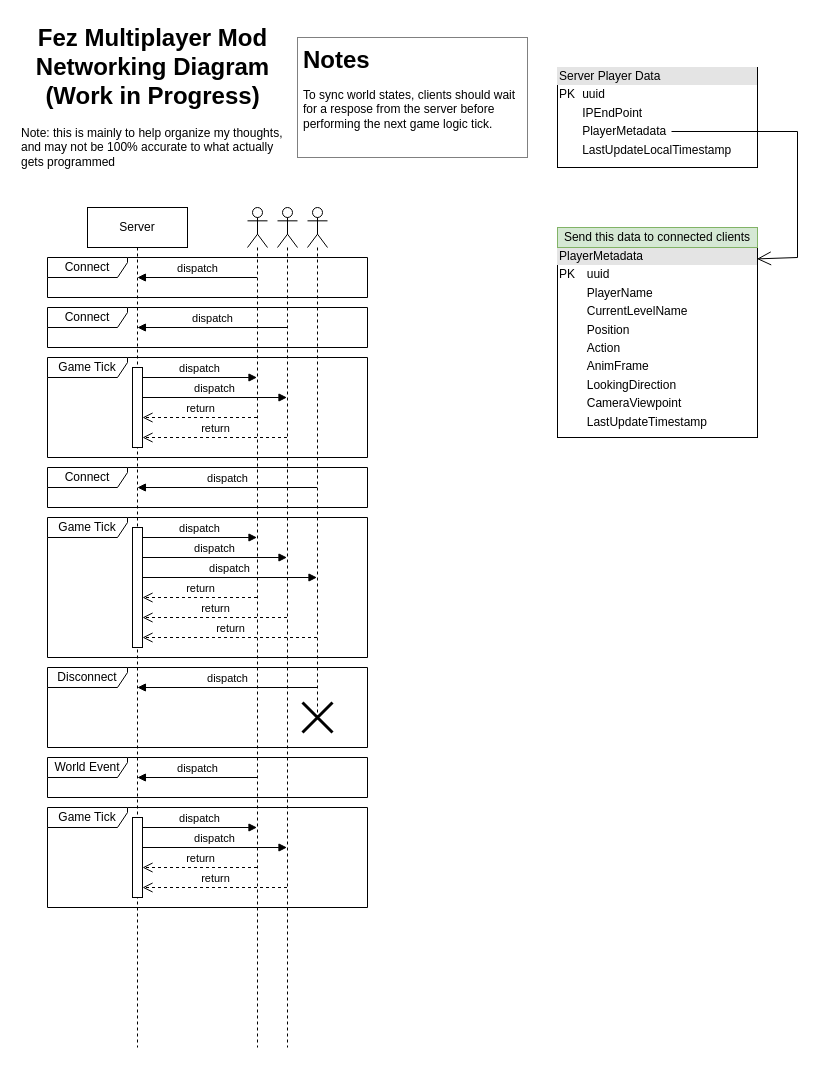
Above: page "Interaction Timeline" (1 of 2) of TCPTheoreticalNetworkingDiagram.drawio in FEZModding/FezMultiplayerMod (draw.io), before the change. Source tidied: cells renumbered, new cells numbered last; positions are measured from the earlier drawing's top-left corner, leaving out a move shared by most shapes. Both pictures are drawn from the tidied source at 100%, with x=0, y=0 at pixel (17, 17).
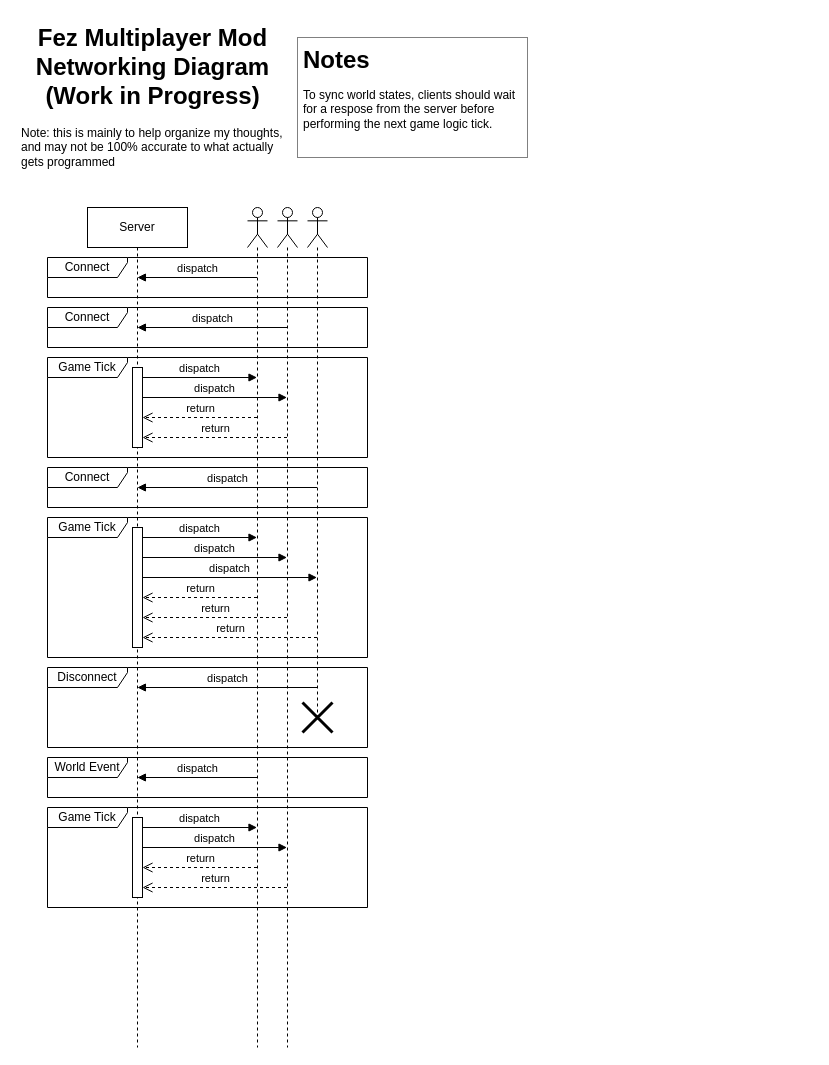
Above is the later version.

Change to the diagram source:
```diff
@@
-    <mxCell id="38" value="&lt;div style=&quot;box-sizing:border-box;width:100%;background:#e4e4e4;padding:2px;&quot;&gt;PlayerMetadata&lt;/div&gt;&lt;table style=&quot;width:100%;font-size:1em;&quot; cellpadding=&quot;2&quot; cellspacing=&quot;0&quot;&gt;&lt;tbody&gt;&lt;tr&gt;&lt;td&gt;PK&lt;/td&gt;&lt;td&gt;uuid&lt;/td&gt;&lt;/tr&gt;&lt;tr&gt;&lt;td&gt;&lt;br&gt;&lt;/td&gt;&lt;td&gt;PlayerName&lt;br&gt;&lt;/td&gt;&lt;/tr&gt;&lt;tr&gt;&lt;td&gt;&lt;br&gt;&lt;/td&gt;&lt;td&gt;CurrentLevelName&lt;br&gt;&lt;/td&gt;&lt;/tr&gt;&lt;tr&gt;&lt;td&gt;&lt;br&gt;&lt;/td&gt;&lt;td&gt;Position&lt;br&gt;&lt;/td&gt;&lt;/tr&gt;&lt;tr&gt;&lt;td&gt;&lt;br&gt;&lt;/td&gt;&lt;td&gt;Action&lt;br&gt;&lt;/td&gt;&lt;/tr&gt;&lt;tr&gt;&lt;td&gt;&lt;br&gt;&lt;/td&gt;&lt;td&gt;AnimFrame&lt;br&gt;&lt;/td&gt;&lt;/tr&gt;&lt;tr&gt;&lt;td&gt;&lt;br&gt;&lt;/td&gt;&lt;td&gt;LookingDirection&lt;br&gt;&lt;/td&gt;&lt;/tr&gt;&lt;tr&gt;&lt;td&gt;&lt;br&gt;&lt;/td&gt;&lt;td&gt;CameraViewpoint&lt;br&gt;&lt;/td&gt;&lt;/tr&gt;&lt;tr&gt;&lt;td&gt;&lt;br&gt;&lt;/td&gt;&lt;td&gt;LastUpdateTimestamp&lt;br&gt;&lt;/td&gt;&lt;/tr&gt;&lt;/tbody&gt;&lt;/table&gt;" style="verticalAlign=top;align=left;overflow=fill;html=1;whiteSpace=wrap;" parent="1" vertex="1">
-      <mxGeometry x="540" y="230" width="200" height="190" as="geometry" />
-    </mxCell>
-    <mxCell id="39" value="&lt;div style=&quot;box-sizing:border-box;width:100%;background:#e4e4e4;padding:2px;&quot;&gt;Server Player Data&lt;/div&gt;&lt;table style=&quot;width:100%;font-size:1em;&quot; cellpadding=&quot;2&quot; cellspacing=&quot;0&quot;&gt;&lt;tbody&gt;&lt;tr&gt;&lt;td&gt;PK&lt;/td&gt;&lt;td&gt;uuid&lt;/td&gt;&lt;/tr&gt;&lt;tr&gt;&lt;td&gt;&lt;br&gt;&lt;/td&gt;&lt;td&gt;IPEndPoint&lt;br&gt;&lt;/td&gt;&lt;/tr&gt;&lt;tr&gt;&lt;td&gt;&lt;br&gt;&lt;/td&gt;&lt;td&gt;PlayerMetadata&lt;br&gt;&lt;/td&gt;&lt;/tr&gt;&lt;tr&gt;&lt;td&gt;&lt;br&gt;&lt;/td&gt;&lt;td&gt;LastUpdateLocalTimestamp&lt;br&gt;&lt;/td&gt;&lt;/tr&gt;&lt;/tbody&gt;&lt;/table&gt;" style="verticalAlign=top;align=left;overflow=fill;html=1;whiteSpace=wrap;" parent="1" vertex="1">
-      <mxGeometry x="540" y="50" width="200" height="100" as="geometry" />
-    </mxCell>
-    <mxCell id="40" style="endArrow=open;endFill=1;endSize=12;html=1;rounded=0;entryX=0.997;entryY=0.06;entryDx=0;entryDy=0;entryPerimeter=0;" parent="1" edge="1" target="38">
-      <mxGeometry relative="1" as="geometry">
-        <mxPoint x="654" y="114" as="sourcePoint" />
-        <Array as="points">
-          <mxPoint x="780" y="114" />
-          <mxPoint x="780" y="240" />
-        </Array>
-      </mxGeometry>
-    </mxCell>
-    <mxCell id="41" value="Send this data to connected clients" style="text;html=1;align=center;verticalAlign=middle;whiteSpace=wrap;rounded=0;fillColor=#d5e8d4;strokeColor=#82b366;" parent="1" vertex="1">
-      <mxGeometry x="540" y="210" width="200" height="20" as="geometry" />
-    </mxCell>
```
